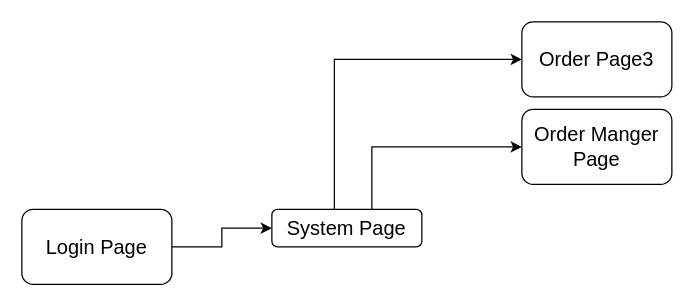
Earlier version of the draw.io diagram Untitled Diagram.drawio (JeffLiHK/java-tool). Source tidied: cells renumbered, new cells numbered last; positions are measured from the earlier drawing's top-left corner, leaving out a move shared by most shapes. Both pictures are drawn from the tidied source at 125%, with x=0, y=0 at pixel (21, 21).
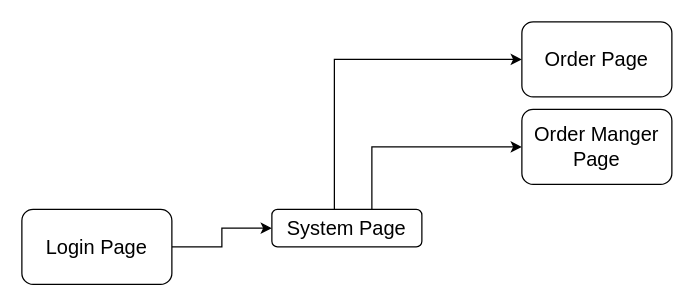
After the change.

What changed in the source:
```diff
@@
 <mxGraphModel>
   <root>
     <mxCell id="0" />
     <mxCell id="1" parent="0" />
     <mxCell id="2" style="edgeStyle=orthogonalEdgeStyle;rounded=0;jettySize=auto;html=1;fontSize=18;" parent="1" edge="1" source="3" target="6">
       <mxGeometry relative="1" as="geometry" />
     </mxCell>
     <mxCell id="3" value="&lt;font style=&quot;font-size: 16px;&quot;&gt;Login Page&lt;/font&gt;" style="rounded=1;whiteSpace=wrap;html=1;fontSize=16;" parent="1" vertex="1">
       <mxGeometry y="150" width="120" height="60" as="geometry" />
     </mxCell>
     <mxCell id="4" style="edgeStyle=orthogonalEdgeStyle;rounded=0;jettySize=auto;html=1;fontSize=16;" parent="1" edge="1" source="6" target="7">
       <mxGeometry relative="1" as="geometry">
         <Array as="points">
           <mxPoint x="250" y="30" />
         </Array>
       </mxGeometry>
     </mxCell>
     <mxCell id="5" style="edgeStyle=orthogonalEdgeStyle;rounded=0;jettySize=auto;html=1;fontSize=16;" parent="1" edge="1" source="6" target="8">
       <mxGeometry relative="1" as="geometry">
         <Array as="points">
           <mxPoint x="280" y="100" />
         </Array>
       </mxGeometry>
     </mxCell>
     <mxCell id="6" value="System Page" style="whiteSpace=wrap;html=1;rounded=1;fontSize=16;" parent="1" vertex="1">
       <mxGeometry x="200" y="150" width="120" height="30" as="geometry" />
     </mxCell>
-    <mxCell id="7" value="Order Page3" style="whiteSpace=wrap;html=1;rounded=1;fontSize=16;" parent="1" vertex="1">
+    <mxCell id="7" value="Order Page" style="whiteSpace=wrap;html=1;rounded=1;fontSize=16;" parent="1" vertex="1">
       <mxGeometry x="400" width="120" height="60" as="geometry" />
     </mxCell>
     <mxCell id="8" value="Order Manger Page" style="whiteSpace=wrap;html=1;rounded=1;fontSize=16;" parent="1" vertex="1">
       <mxGeometry x="400" y="70" width="120" height="60" as="geometry" />
     </mxCell>
   </root>
 </mxGraphModel>
```
